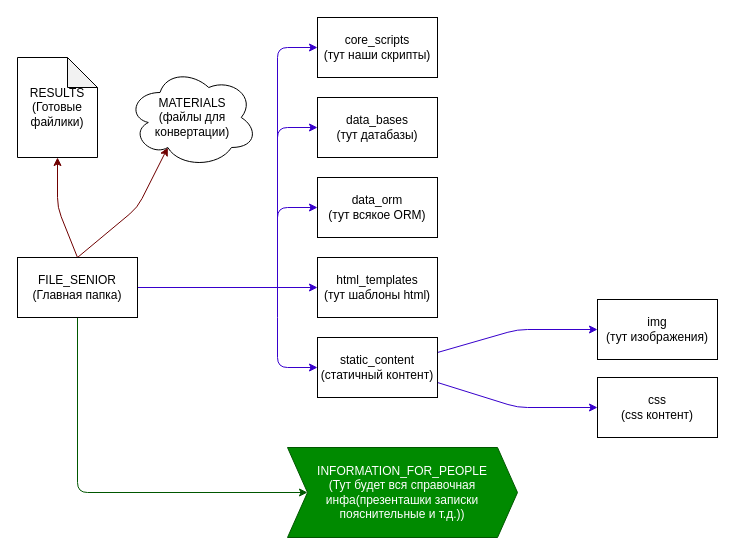
The draw.io diagram INFORMATION_FOR_PEOPLE/file_structure.drawio in FirendEndlire/File_Senior, before the edit. Source tidied: cells renumbered, new cells numbered last; positions are measured from the earlier drawing's top-left corner, leaving out a move shared by most shapes. Both pictures are drawn from the tidied source at 100%, with x=0, y=0 at pixel (17, 17).
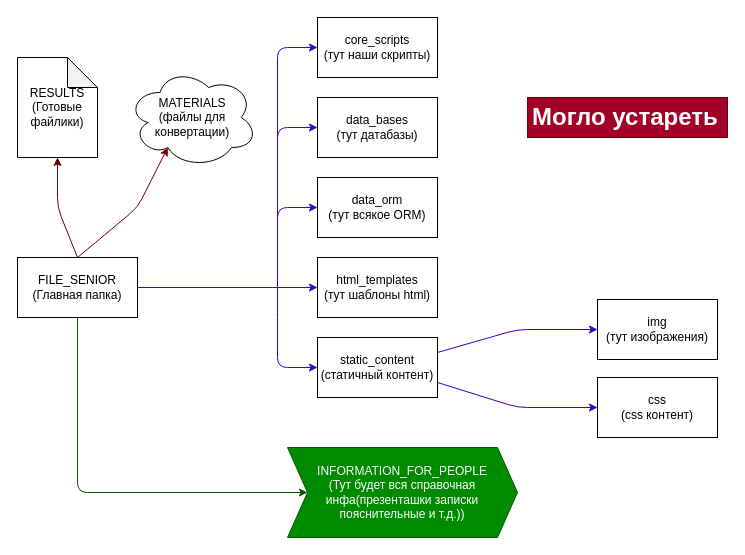
After the change.

The edit, as a diff of the source:
```diff
@@
+    <mxCell id="23" value="&lt;h1&gt;Могло устареть&lt;/h1&gt;&lt;p&gt;&lt;br&gt;&lt;/p&gt;" style="text;html=1;strokeColor=#6F0000;fillColor=#a20025;spacing=5;spacingTop=-20;whiteSpace=wrap;overflow=hidden;rounded=0;fontColor=#ffffff;" parent="1" vertex="1">
+      <mxGeometry x="510" y="80" width="200" height="40" as="geometry" />
+    </mxCell>
```
